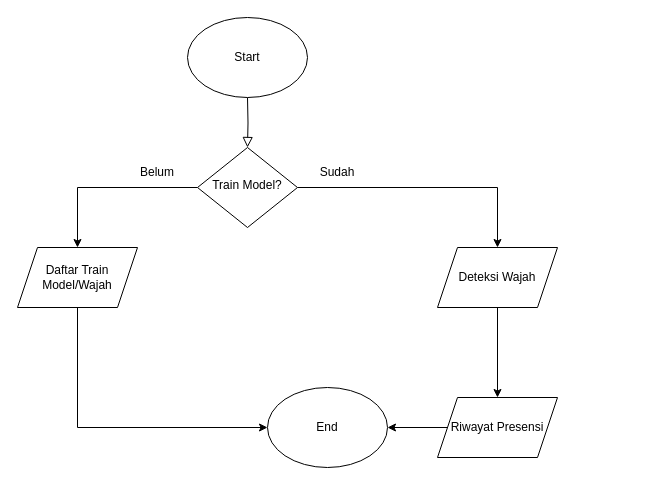
Above: flowchart-facepresensi.drawio in ditanursabila/face-presensi (draw.io), before the change. Source tidied: cells renumbered, new cells numbered last; positions are measured from the earlier drawing's top-left corner, leaving out a move shared by most shapes. Both pictures are drawn from the tidied source at 100%, with x=0, y=0 at pixel (17, 17).
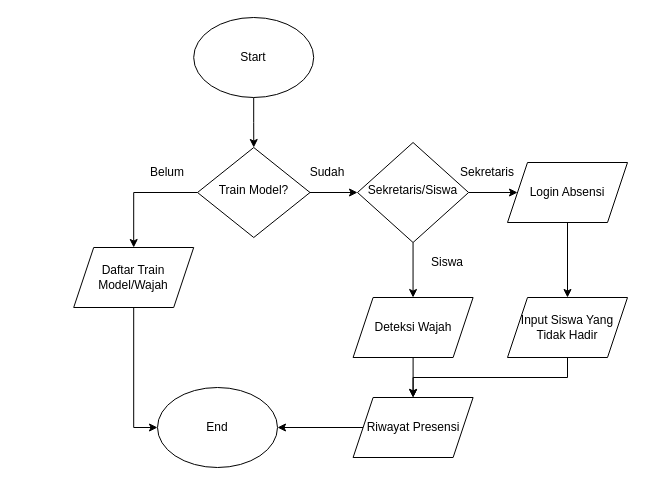
Above is the later version.

The edit, as a diff of the source:
```diff
@@
-    <mxCell id="2" style="rounded=0;html=1;jettySize=auto;fontSize=11;endArrow=block;endFill=0;endSize=8;strokeWidth=1;shadow=0;labelBackgroundColor=none;edgeStyle=orthogonalEdgeStyle;" parent="1" edge="1" target="5">
-      <mxGeometry relative="1" as="geometry">
-        <mxPoint x="230" y="80" as="sourcePoint" />
-      </mxGeometry>
-    </mxCell>
-    <mxCell id="3" style="edgeStyle=orthogonalEdgeStyle;rounded=0;jettySize=auto;html=1;" parent="1" edge="1" source="5" target="8">
+    <mxCell id="3" style="edgeStyle=orthogonalEdgeStyle;rounded=0;jettySize=auto;html=1;exitX=0.5;exitY=1;exitDx=0;exitDy=0;" parent="1" edge="1" source="19" target="8">
       <mxGeometry relative="1" as="geometry" />
     </mxCell>
@@
+    <mxCell id="16" style="edgeStyle=orthogonalEdgeStyle;rounded=0;jettySize=auto;html=1;" parent="1" edge="1" source="5" target="19">
+      <mxGeometry relative="1" as="geometry" />
+    </mxCell>
     <mxCell id="5" value="Train Model?" style="rhombus;whiteSpace=wrap;html=1;shadow=0;fontFamily=Helvetica;fontSize=12;align=center;strokeWidth=1;spacing=6;spacingTop=-4;" parent="1" vertex="1">
-      <mxGeometry x="180" y="130" width="100" height="80" as="geometry" />
+      <mxGeometry x="180" y="130" width="112.5" height="90" as="geometry" />
     </mxCell>
+    <mxCell id="17" style="edgeStyle=orthogonalEdgeStyle;rounded=0;jettySize=auto;html=1;exitX=0.5;exitY=1;exitDx=0;exitDy=0;entryX=0.5;entryY=0;entryDx=0;entryDy=0;" parent="1" edge="1" source="6" target="5">
+      <mxGeometry relative="1" as="geometry" />
+    </mxCell>
     <mxCell id="6" value="Start" style="ellipse;whiteSpace=wrap;html=1;" parent="1" vertex="1">
-      <mxGeometry x="170" width="120" height="80" as="geometry" />
+      <mxGeometry x="176.2" width="120" height="80" as="geometry" />
     </mxCell>
@@
     <mxCell id="8" value="Deteksi Wajah" style="shape=parallelogram;perimeter=parallelogramPerimeter;whiteSpace=wrap;html=1;fixedSize=1;" parent="1" vertex="1">
-      <mxGeometry x="420" y="230" width="120" height="60" as="geometry" />
+      <mxGeometry x="335.6" y="280" width="120" height="60" as="geometry" />
     </mxCell>
@@
     <mxCell id="10" value="Daftar Train Model/Wajah" style="shape=parallelogram;perimeter=parallelogramPerimeter;whiteSpace=wrap;html=1;fixedSize=1;" parent="1" vertex="1">
-      <mxGeometry y="230" width="120" height="60" as="geometry" />
+      <mxGeometry x="56.2" y="230" width="120" height="60" as="geometry" />
     </mxCell>
     <mxCell id="11" value="Sudah" style="text;html=1;align=center;verticalAlign=middle;whiteSpace=wrap;rounded=0;" parent="1" vertex="1">
-      <mxGeometry x="290" y="140" width="60" height="30" as="geometry" />
+      <mxGeometry x="280" y="140" width="60" height="30" as="geometry" />
     </mxCell>
     <mxCell id="12" value="Belum" style="text;html=1;align=center;verticalAlign=middle;whiteSpace=wrap;rounded=0;" parent="1" vertex="1">
-      <mxGeometry x="110" y="140" width="60" height="30" as="geometry" />
+      <mxGeometry x="120" y="140" width="60" height="30" as="geometry" />
     </mxCell>
@@
     <mxCell id="14" value="Riwayat Presensi" style="shape=parallelogram;perimeter=parallelogramPerimeter;whiteSpace=wrap;html=1;fixedSize=1;" parent="1" vertex="1">
-      <mxGeometry x="420" y="380" width="120" height="60" as="geometry" />
+      <mxGeometry x="335.6" y="380" width="120" height="60" as="geometry" />
     </mxCell>
     <mxCell id="15" value="End" style="ellipse;whiteSpace=wrap;html=1;" parent="1" vertex="1">
-      <mxGeometry x="250" y="370" width="120" height="80" as="geometry" />
+      <mxGeometry x="140" y="370" width="120" height="80" as="geometry" />
     </mxCell>
+    <mxCell id="18" style="edgeStyle=orthogonalEdgeStyle;rounded=0;jettySize=auto;html=1;exitX=1;exitY=0.5;exitDx=0;exitDy=0;entryX=0;entryY=0.5;entryDx=0;entryDy=0;" parent="1" edge="1" source="19" target="21">
+      <mxGeometry relative="1" as="geometry" />
+    </mxCell>
+    <mxCell id="19" value="Sekretaris/Siswa" style="rhombus;whiteSpace=wrap;html=1;shadow=0;fontFamily=Helvetica;fontSize=12;align=center;strokeWidth=1;spacing=6;spacingTop=-4;" parent="1" vertex="1">
+      <mxGeometry x="340" y="125" width="111.1" height="100" as="geometry" />
+    </mxCell>
+    <mxCell id="20" style="edgeStyle=orthogonalEdgeStyle;rounded=0;jettySize=auto;html=1;" parent="1" edge="1" source="21" target="23">
+      <mxGeometry relative="1" as="geometry" />
+    </mxCell>
+    <mxCell id="21" value="Login Absensi" style="shape=parallelogram;perimeter=parallelogramPerimeter;whiteSpace=wrap;html=1;fixedSize=1;" parent="1" vertex="1">
+      <mxGeometry x="490" y="145" width="120" height="60" as="geometry" />
+    </mxCell>
+    <mxCell id="22" style="edgeStyle=orthogonalEdgeStyle;rounded=0;jettySize=auto;html=1;exitX=0.5;exitY=1;exitDx=0;exitDy=0;" parent="1" edge="1" source="23" target="14">
+      <mxGeometry relative="1" as="geometry" />
+    </mxCell>
+    <mxCell id="23" value="Input Siswa Yang Tidak Hadir" style="shape=parallelogram;perimeter=parallelogramPerimeter;whiteSpace=wrap;html=1;fixedSize=1;" parent="1" vertex="1">
+      <mxGeometry x="490" y="280" width="120" height="60" as="geometry" />
+    </mxCell>
+    <mxCell id="24" value="Siswa" style="text;html=1;align=center;verticalAlign=middle;whiteSpace=wrap;rounded=0;" parent="1" vertex="1">
+      <mxGeometry x="400" y="230" width="60" height="30" as="geometry" />
+    </mxCell>
+    <mxCell id="25" value="Sekretaris" style="text;html=1;align=center;verticalAlign=middle;whiteSpace=wrap;rounded=0;" parent="1" vertex="1">
+      <mxGeometry x="440" y="140" width="60" height="30" as="geometry" />
+    </mxCell>
```
